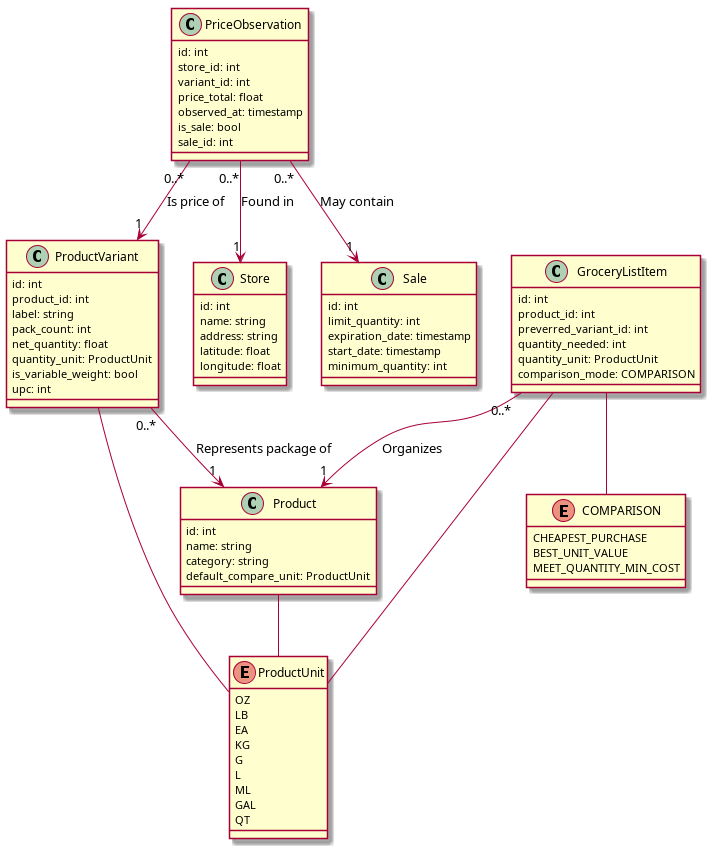
aaron-jencks/grocery.io keeps this PlantUML diagram as docs/database_schema.png. Above is the earlier version. Its source is kept beside it as docs/database_schema.puml. The source it was exported from:
```plantuml
@startuml

enum ProductUnit {
  OZ
  LB
  EA
  KG
  G
  L
  ML
  GAL
  QT
}

class Product {
  id: int
  name: string
  category: string
  default_compare_unit: ProductUnit
}

class ProductVariant {
  id: int
  product_id: int
  label: string
  pack_count: int
  net_quantity: float
  quantity_unit: ProductUnit
  is_variable_weight: bool
  upc: int
}

ProductVariant "0..*" --> "1" Product : "Represents package of"
Product -- ProductUnit
ProductVariant -- ProductUnit

class Store {
  id: int
  name: string
  address: string
  latitude: float
  longitude: float
}

class PriceObservation {
  id: int
  store_id: int
  variant_id: int
  price_total: float
  observed_at: timestamp
  is_sale: bool
  sale_id: int
}

PriceObservation "0..*" --> "1" Store : "Found in"
PriceObservation "0..*" --> "1" ProductVariant : "Is price of"

class Sale {
  id: int
  limit_quantity: int
  expiration_date: timestamp
  start_date: timestamp
  minimum_quantity: int
}

PriceObservation "0..*" --> "1" Sale : "May contain"

enum COMPARISON {
  CHEAPEST_PURCHASE
  BEST_UNIT_VALUE
  MEET_QUANTITY_MIN_COST
}

class GroceryListItem {
  id: int
  product_id: int
  preverred_variant_id: int
  quantity_needed: int
  quantity_unit: ProductUnit
  comparison_mode: COMPARISON
}

GroceryListItem -- COMPARISON
GroceryListItem -- ProductUnit
GroceryListItem "0..*" --> "1" Product : "Organizes"

@enduml
```
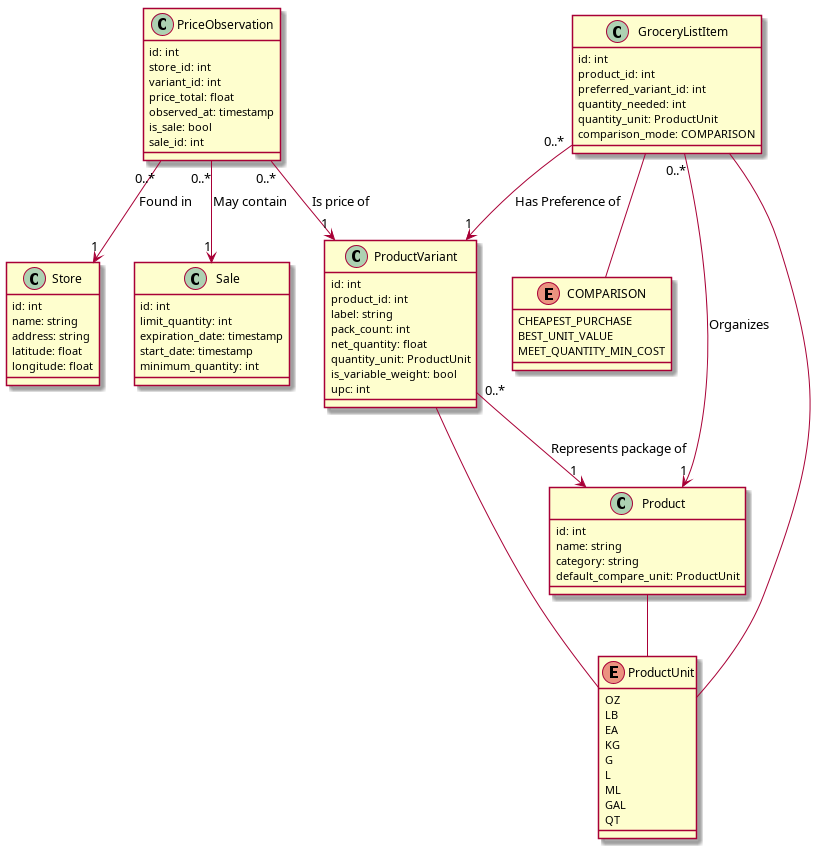
Later version of the same file.

Commit message:
updated to correct typo and add relation

What changed in the source:
```diff
@@ -74,7 +74,7 @@
 class GroceryListItem {
   id: int
   product_id: int
-  preverred_variant_id: int
+  preferred_variant_id: int
   quantity_needed: int
   quantity_unit: ProductUnit
   comparison_mode: COMPARISON
@@ -83,5 +83,6 @@
 GroceryListItem -- COMPARISON
 GroceryListItem -- ProductUnit
 GroceryListItem "0..*" --> "1" Product : "Organizes"
+GroceryListItem "0..*" --> "1" ProductVariant : "Has Preference of"
 
 @enduml
```
